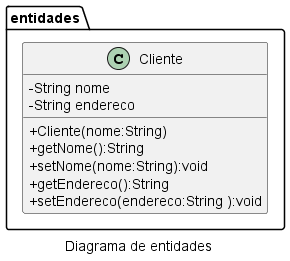
Before: diagramas/png/classes.png, a diagram exported from PlantUML (waltercoan/fso-turmaa-revoo). Its diagram source:
```plantuml
@startuml
skinparam classAttributeIconSize 0
caption Diagrama de entidades
namespace entidades {
    class Cliente {
        - String nome
        - String endereco
        + Cliente(nome:String)
        + getNome():String
        + setNome(nome:String):void
        + getEndereco():String
        + setEndereco(endereco:String ):void
    }
}

@enduml
```
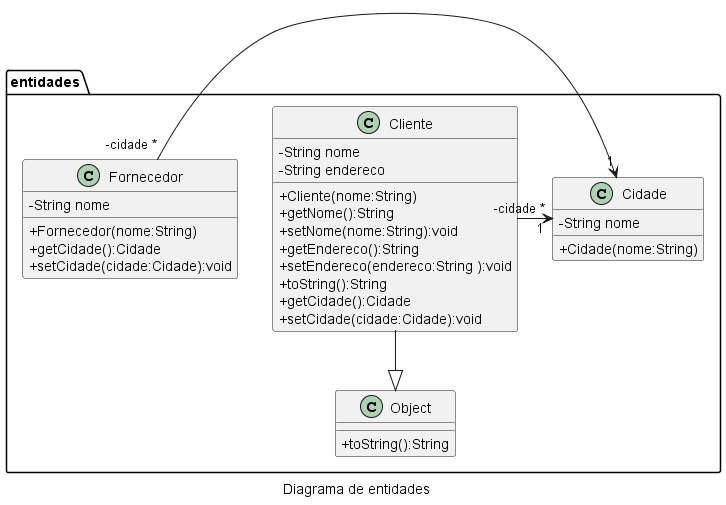
The same diagram one commit later.

What changed in the source:
```diff
@@ -2,6 +2,9 @@
 skinparam classAttributeIconSize 0
 caption Diagrama de entidades
 namespace entidades {
+    class Object{
+        + toString():String
+    }
     class Cliente {
         - String nome
         - String endereco
@@ -10,7 +13,23 @@
         + setNome(nome:String):void
         + getEndereco():String
         + setEndereco(endereco:String ):void
+        + toString():String
+        + getCidade():Cidade
+        + setCidade(cidade:Cidade):void
     }
+    class Cidade {
+        - String nome
+        + Cidade(nome:String)
+    }
+    class Fornecedor {
+        - String nome
+        + Fornecedor(nome:String)
+        + getCidade():Cidade
+        + setCidade(cidade:Cidade):void
+    }
+    Cliente --|> Object
+    Cliente "-cidade *" -> "1" Cidade
+    Fornecedor "-cidade *" -> "1" Cidade
 }
 
 @enduml
```
